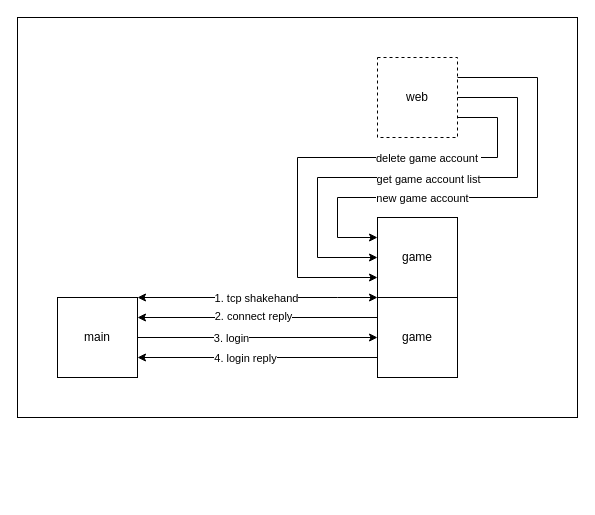
The draw.io diagram docs/account.drawio in xujintao/balgass, before the edit. Source tidied: cells renumbered, new cells numbered last; positions are measured from the earlier drawing's top-left corner, leaving out a move shared by most shapes. Both pictures are drawn from the tidied source at 100%, with x=0, y=0 at pixel (17, 17).
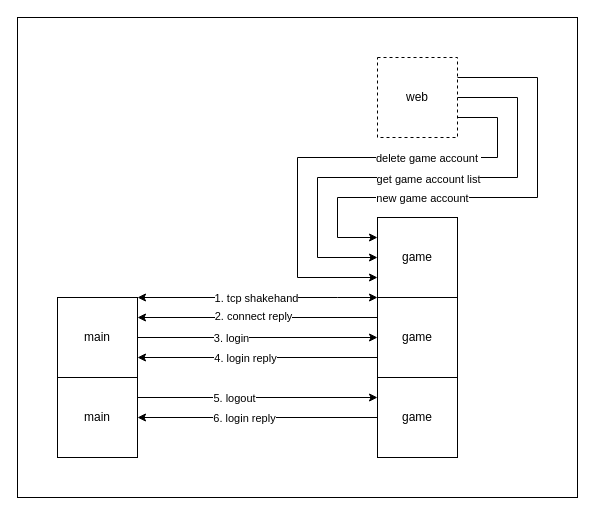
After the change.

The edit, as a diff of the source:
```diff
@@
-    <mxCell id="2" style="rounded=0;whiteSpace=wrap;html=1;" parent="1" vertex="1">
-      <mxGeometry width="560" height="400" as="geometry" />
-    </mxCell>
+    <mxCell id="21" style="rounded=0;whiteSpace=wrap;html=1;" parent="1" vertex="1">
+      <mxGeometry width="560" height="480" as="geometry" />
+    </mxCell>
@@
+    <mxCell id="22" value="main" style="rounded=0;whiteSpace=wrap;html=1;" parent="1" vertex="1">
+      <mxGeometry x="40" y="360" width="80" height="80" as="geometry" />
+    </mxCell>
+    <mxCell id="23" value="game" style="rounded=0;whiteSpace=wrap;html=1;" parent="1" vertex="1">
+      <mxGeometry x="360" y="360" width="80" height="80" as="geometry" />
+    </mxCell>
+    <mxCell id="24" style="endArrow=classic;html=1;rounded=0;exitX=1;exitY=0.25;exitDx=0;exitDy=0;entryX=0;entryY=0.25;entryDx=0;entryDy=0;" parent="1" edge="1" source="22" target="23">
+      <mxGeometry relative="1" as="geometry" />
+    </mxCell>
+    <mxCell id="25" value="5. logout" style="edgeLabel;html=1;align=center;verticalAlign=middle;" parent="24" vertex="1">
+      <mxGeometry x="-0.33" relative="1" as="geometry">
+        <mxPoint x="16" as="offset" />
+      </mxGeometry>
+    </mxCell>
+    <mxCell id="26" style="endArrow=classic;html=1;rounded=0;entryX=1;entryY=0.5;entryDx=0;entryDy=0;exitX=0;exitY=0.5;exitDx=0;exitDy=0;" parent="1" edge="1" source="23" target="22">
+      <mxGeometry relative="1" as="geometry" />
+    </mxCell>
+    <mxCell id="27" value="6. login reply" style="edgeLabel;html=1;align=center;verticalAlign=middle;" parent="26" vertex="1">
+      <mxGeometry x="0.39" y="3" relative="1" as="geometry">
+        <mxPoint x="33" y="-3" as="offset" />
+      </mxGeometry>
+    </mxCell>
```
